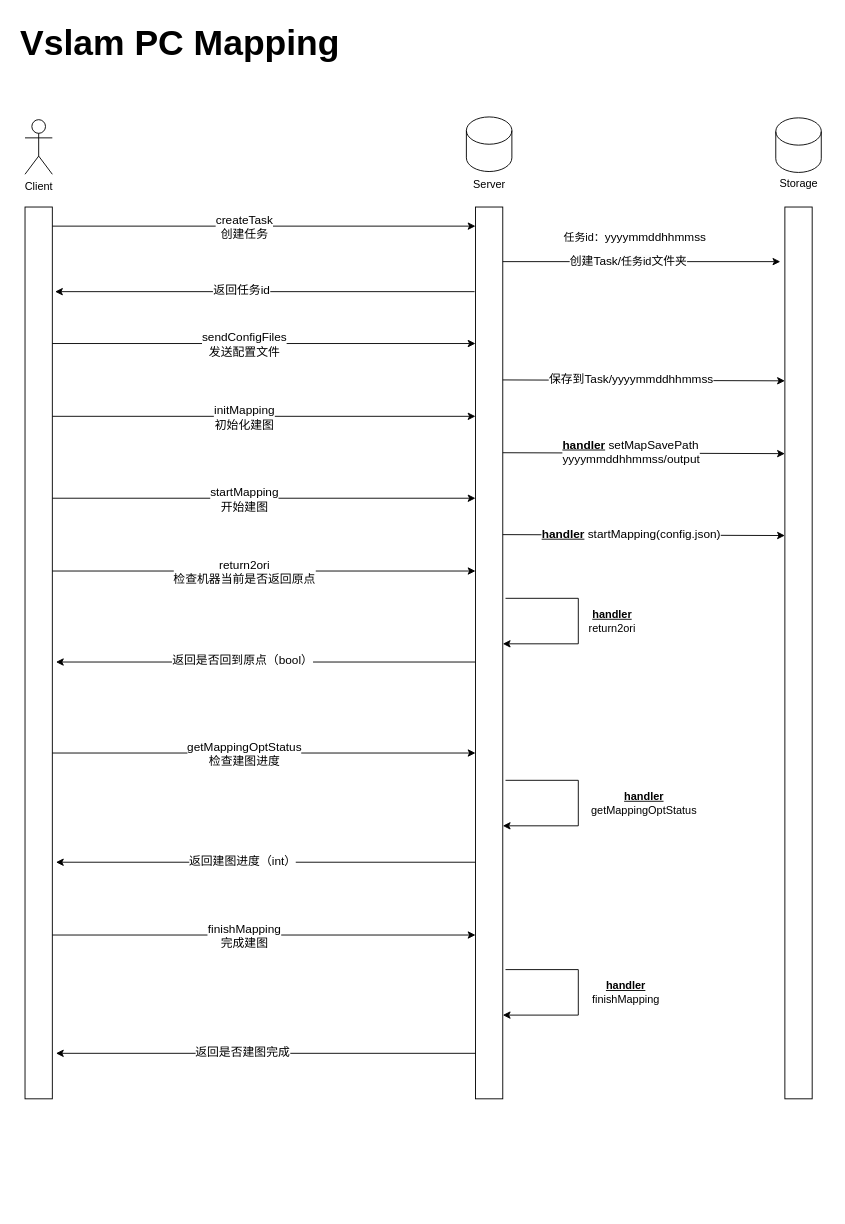
Jev0987/drawioFile keeps this draw.io diagram as page "pc建图简易时序图" (2 of 3) of pcMappingInterface.drawio. Above is the earlier version. Source tidied: cells renumbered, new cells numbered last; positions are measured from the earlier drawing's top-left corner, leaving out a move shared by most shapes. Both pictures are drawn from the tidied source at 91%, with x=0, y=0 at pixel (15, 15).
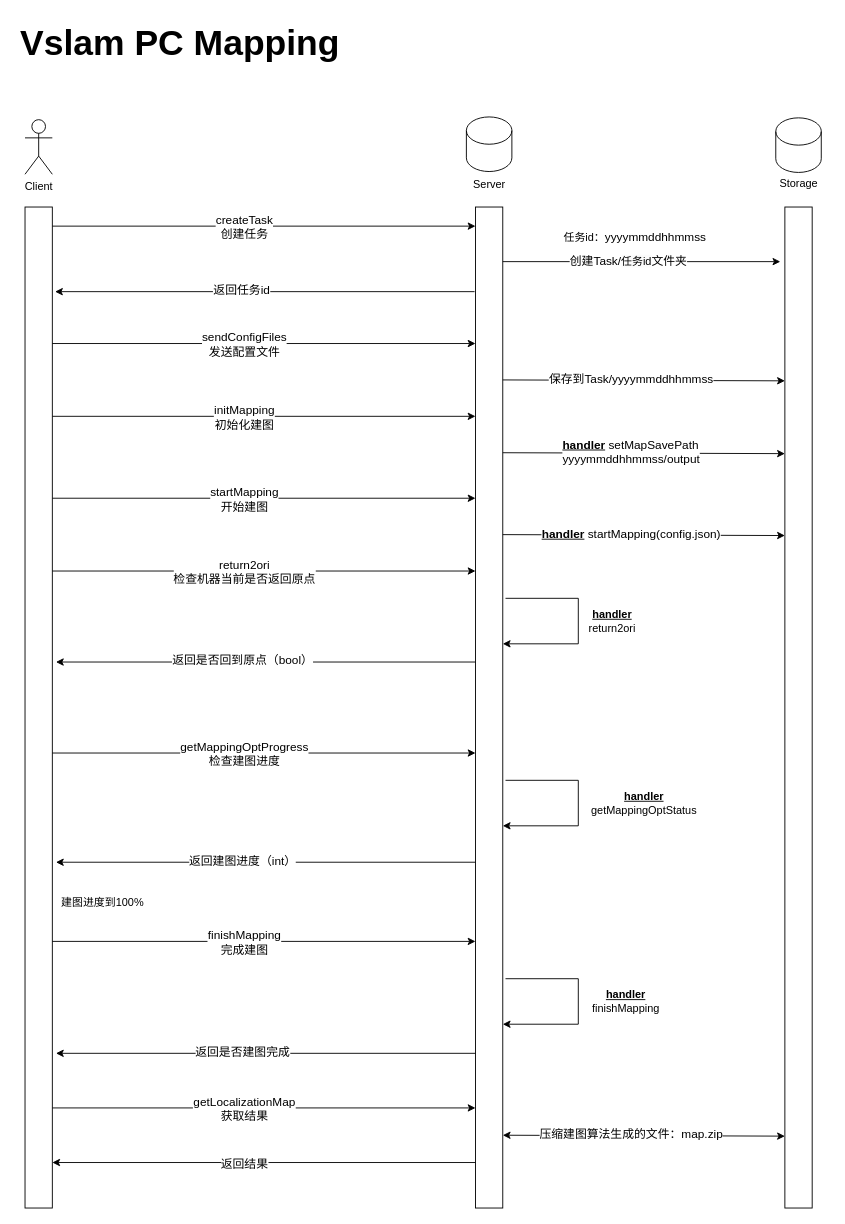
The same diagram, later.

Unchanged cells that the change refers to:
```xml
<mxCell id="41" style="endArrow=classic;html=1;rounded=0;exitX=1;exitY=0;exitDx=0;exitDy=0;entryX=0;entryY=0;entryDx=0;entryDy=0;" parent="1" edge="1">
  <mxGeometry relative="1" as="geometry">
    <mxPoint x="40" y="810" as="sourcePoint" />
    <mxPoint x="505" y="810" as="targetPoint" />
  </mxGeometry>
</mxCell>
```

What changed in the source:
```diff
@@
     <mxCell id="5" style="rounded=0;whiteSpace=wrap;html=1;" parent="1" vertex="1">
-      <mxGeometry x="10" y="210" width="30" height="980" as="geometry" />
+      <mxGeometry x="10" y="210" width="30" height="1100" as="geometry" />
     </mxCell>
     <mxCell id="6" style="rounded=0;whiteSpace=wrap;html=1;" parent="1" vertex="1">
-      <mxGeometry x="505" y="210" width="30" height="980" as="geometry" />
+      <mxGeometry x="505" y="210" width="30" height="1100" as="geometry" />
     </mxCell>
@@
     <mxCell id="11" style="rounded=0;whiteSpace=wrap;html=1;" parent="1" vertex="1">
-      <mxGeometry x="845" y="210" width="30" height="980" as="geometry" />
+      <mxGeometry x="845" y="210" width="30" height="1100" as="geometry" />
     </mxCell>
@@
     <mxCell id="35" style="endArrow=classic;html=1;rounded=0;exitX=1;exitY=0;exitDx=0;exitDy=0;entryX=0;entryY=0;entryDx=0;entryDy=0;" parent="1" edge="1">
       <mxGeometry relative="1" as="geometry">
-        <mxPoint x="40" y="1010" as="sourcePoint" />
-        <mxPoint x="505" y="1010" as="targetPoint" />
+        <mxPoint x="40" y="1017" as="sourcePoint" />
+        <mxPoint x="505" y="1017" as="targetPoint" />
       </mxGeometry>
     </mxCell>
@@
     <mxCell id="37" style="endArrow=classic;html=1;rounded=0;" parent="1" edge="1">
       <mxGeometry relative="1" as="geometry">
-        <mxPoint x="538" y="1048" as="sourcePoint" />
-        <mxPoint x="535" y="1098" as="targetPoint" />
+        <mxPoint x="538" y="1058" as="sourcePoint" />
+        <mxPoint x="535" y="1108" as="targetPoint" />
         <Array as="points">
-          <mxPoint x="618" y="1048" />
-          <mxPoint x="618" y="1098" />
+          <mxPoint x="618" y="1058" />
+          <mxPoint x="618" y="1108" />
         </Array>
       </mxGeometry>
     </mxCell>
     <mxCell id="38" value="&lt;b&gt;&lt;u&gt;handler&lt;/u&gt;&lt;/b&gt;&lt;br&gt;finishMapping" style="text;html=1;align=center;verticalAlign=middle;strokeColor=none;fillColor=none;" parent="1" vertex="1">
-      <mxGeometry x="620" y="1053" width="100" height="40" as="geometry" />
+      <mxGeometry x="620" y="1063" width="100" height="40" as="geometry" />
     </mxCell>
@@
-    <mxCell id="42" value="getMappingOptStatus&lt;br&gt;检查建图进度" style="edgeLabel;html=1;align=center;verticalAlign=middle;fontSize=13;" parent="41" vertex="1">
+    <mxCell id="42" value="getMappingOptProgress&lt;br&gt;检查建图进度" style="edgeLabel;html=1;align=center;verticalAlign=middle;fontSize=13;" parent="41" vertex="1">
       <mxGeometry x="0.18" y="-4" relative="1" as="geometry">
         <mxPoint x="-64" y="-4" as="offset" />
       </mxGeometry>
     </mxCell>
@@
+    <mxCell id="48" value="建图进度到100%" style="text;html=1;align=center;verticalAlign=middle;strokeColor=none;fillColor=none;" parent="1" vertex="1">
+      <mxGeometry x="40" y="960" width="110" height="30" as="geometry" />
+    </mxCell>
+    <mxCell id="49" style="endArrow=classic;html=1;rounded=0;exitX=1;exitY=0;exitDx=0;exitDy=0;entryX=0;entryY=0.122;entryDx=0;entryDy=0;entryPerimeter=0;startArrow=classic;startFill=1;" parent="1" edge="1">
+      <mxGeometry relative="1" as="geometry">
+        <mxPoint x="535" y="1230" as="sourcePoint" />
+        <mxPoint x="845" y="1231" as="targetPoint" />
+      </mxGeometry>
+    </mxCell>
+    <mxCell id="50" value="&lt;div style=&quot;text-align: start; font-size: 13px;&quot;&gt;压缩建图算法生成的文件：map.zip&lt;/div&gt;" style="edgeLabel;html=1;align=center;verticalAlign=middle;fontSize=13;" parent="49" vertex="1">
+      <mxGeometry x="-0.1" y="2" relative="1" as="geometry" />
+    </mxCell>
+    <mxCell id="51" style="endArrow=classic;html=1;rounded=0;exitX=1;exitY=0;exitDx=0;exitDy=0;entryX=0;entryY=0;entryDx=0;entryDy=0;" parent="1" edge="1">
+      <mxGeometry relative="1" as="geometry">
+        <mxPoint x="40" y="1200" as="sourcePoint" />
+        <mxPoint x="505" y="1200" as="targetPoint" />
+      </mxGeometry>
+    </mxCell>
+    <mxCell id="52" value="getLocalizationMap&lt;br&gt;获取结果" style="edgeLabel;html=1;align=center;verticalAlign=middle;fontSize=13;" parent="51" vertex="1">
+      <mxGeometry x="0.18" y="-4" relative="1" as="geometry">
+        <mxPoint x="-64" y="-4" as="offset" />
+      </mxGeometry>
+    </mxCell>
+    <mxCell id="53" style="endArrow=none;html=1;rounded=0;exitX=1;exitY=0;exitDx=0;exitDy=0;entryX=0;entryY=0;entryDx=0;entryDy=0;endFill=0;startArrow=classic;startFill=1;" parent="1" edge="1">
+      <mxGeometry relative="1" as="geometry">
+        <mxPoint x="40" y="1260" as="sourcePoint" />
+        <mxPoint x="505" y="1260" as="targetPoint" />
+      </mxGeometry>
+    </mxCell>
+    <mxCell id="54" value="返回结果" style="edgeLabel;html=1;align=center;verticalAlign=middle;fontSize=13;" parent="53" vertex="1">
+      <mxGeometry x="0.18" y="-4" relative="1" as="geometry">
+        <mxPoint x="-64" y="-4" as="offset" />
+      </mxGeometry>
+    </mxCell>
```
